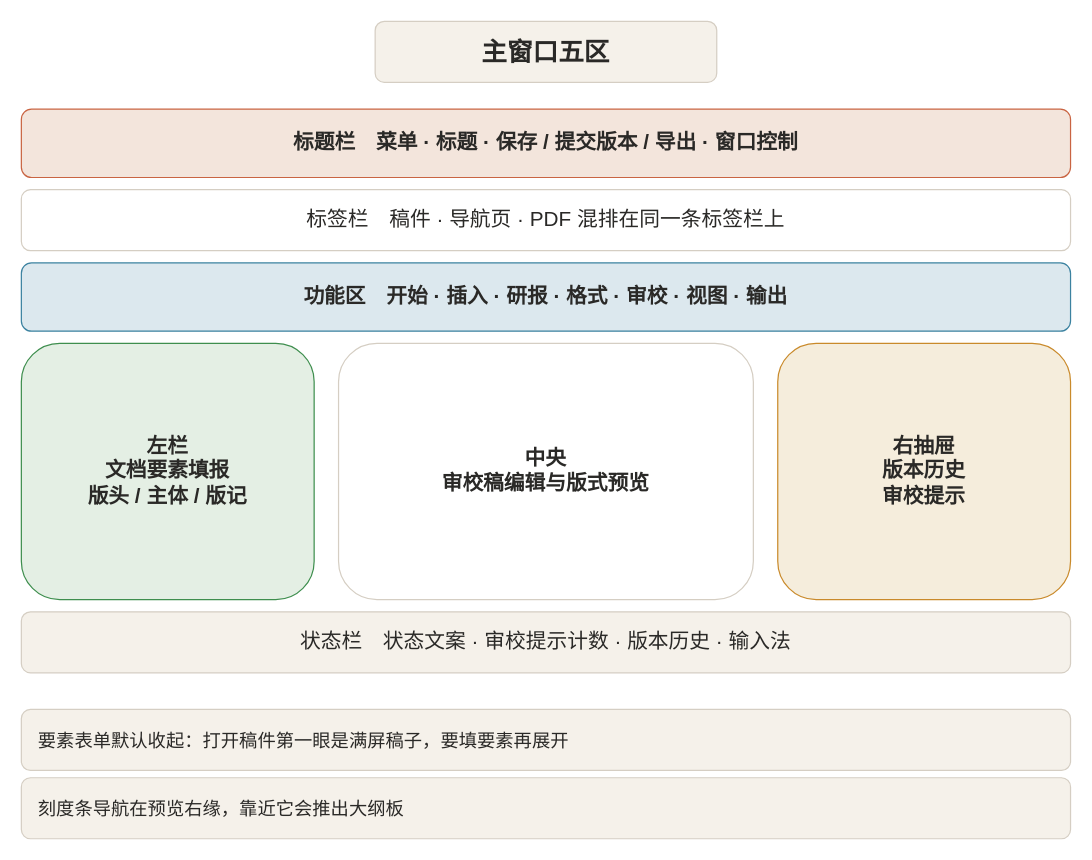
The draw.io diagram docs/help/diagrams/diag-layout.drawio in billowsand/gongwen, before the edit. Source tidied: cells renumbered, new cells numbered last; positions are measured from the earlier drawing's top-left corner, leaving out a move shared by most shapes. Both pictures are drawn from the tidied source at 122%, with x=0, y=0 at pixel (21, 21).
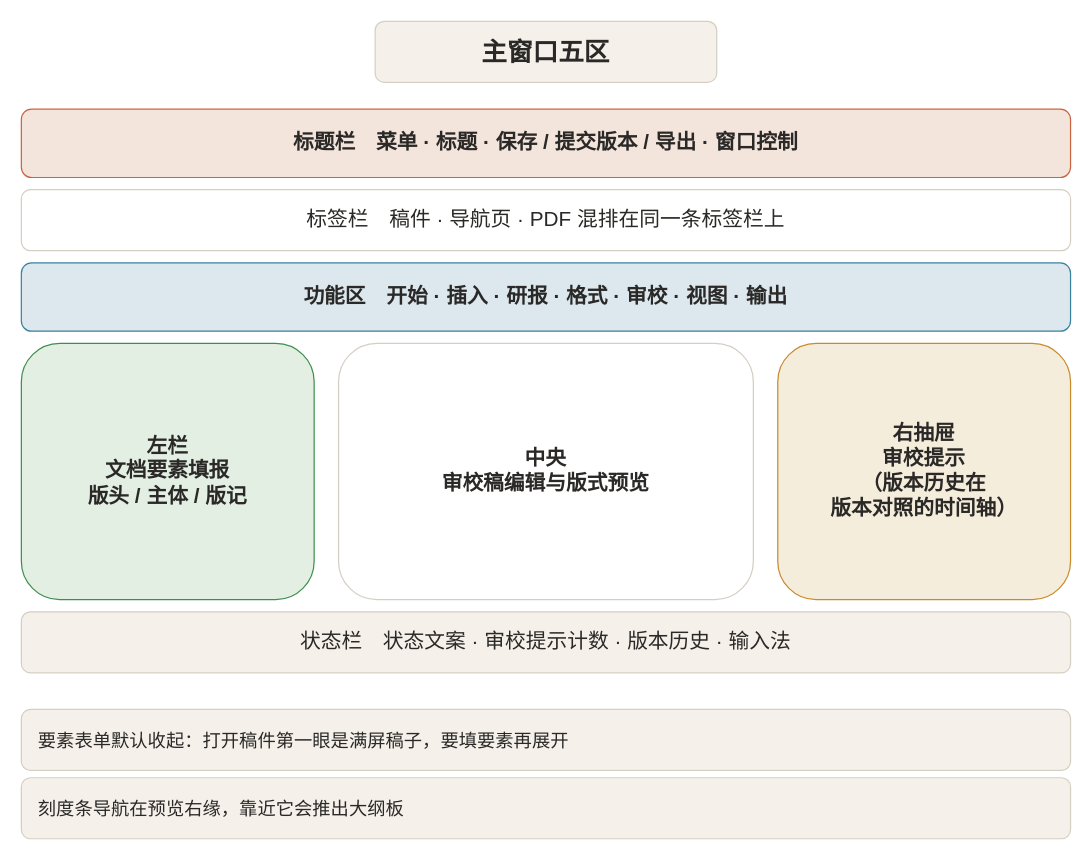
The same diagram, later.

Diff of the diagram source:
```diff
@@
 <mxGraphModel>
   <root>
     <mxCell id="0" />
     <mxCell id="1" parent="0" />
     <mxCell id="2" value="主窗口五区" style="rounded=1;whiteSpace=wrap;html=1;fillColor=#F5F1EA;strokeColor=#D5CEC3;fontColor=#2A2927;fontFamily=Aa顺風顺水顺财神;fontStyle=1;fontSize=21;" parent="1" vertex="1">
       <mxGeometry x="290" width="280" height="50" as="geometry" />
     </mxCell>
     <mxCell id="3" value="标题栏　菜单 · 标题 · 保存 / 提交版本 / 导出 · 窗口控制" style="rounded=1;whiteSpace=wrap;html=1;fillColor=#F3E5DC;strokeColor=#C96442;fontColor=#2A2927;fontFamily=Aa顺風顺水顺财神;fontStyle=1;fontSize=17;" parent="1" vertex="1">
       <mxGeometry y="72" width="860" height="56" as="geometry" />
     </mxCell>
     <mxCell id="4" value="标签栏　稿件 · 导航页 · PDF 混排在同一条标签栏上" style="rounded=1;whiteSpace=wrap;html=1;fillColor=#FFFFFF;strokeColor=#D5CEC3;fontColor=#2A2927;fontFamily=Aa顺風顺水顺财神;fontSize=17;" parent="1" vertex="1">
       <mxGeometry y="138" width="860" height="50" as="geometry" />
     </mxCell>
     <mxCell id="5" value="功能区　开始 · 插入 · 研报 · 格式 · 审校 · 视图 · 输出" style="rounded=1;whiteSpace=wrap;html=1;fillColor=#DCE8EE;strokeColor=#3B82A0;fontColor=#2A2927;fontFamily=Aa顺風顺水顺财神;fontStyle=1;fontSize=17;" parent="1" vertex="1">
       <mxGeometry y="198" width="860" height="56" as="geometry" />
     </mxCell>
     <mxCell id="6" value="左栏&lt;br&gt;文档要素填报&lt;br&gt;版头 / 主体 / 版记" style="rounded=1;whiteSpace=wrap;html=1;fillColor=#E4EFE4;strokeColor=#3E8E4E;fontColor=#2A2927;fontFamily=Aa顺風顺水顺财神;fontStyle=1;fontSize=17;" parent="1" vertex="1">
       <mxGeometry y="264" width="240" height="210" as="geometry" />
     </mxCell>
     <mxCell id="7" value="中央&lt;br&gt;审校稿编辑与版式预览" style="rounded=1;whiteSpace=wrap;html=1;fillColor=#FFFFFF;strokeColor=#D5CEC3;fontColor=#2A2927;fontFamily=Aa顺風顺水顺财神;fontStyle=1;fontSize=17;" parent="1" vertex="1">
       <mxGeometry x="260" y="264" width="340" height="210" as="geometry" />
     </mxCell>
-    <mxCell id="8" value="右抽屉&lt;br&gt;版本历史&lt;br&gt;审校提示" style="rounded=1;whiteSpace=wrap;html=1;fillColor=#F5EDDC;strokeColor=#C98A2B;fontColor=#2A2927;fontFamily=Aa顺風顺水顺财神;fontStyle=1;fontSize=17;" parent="1" vertex="1">
+    <mxCell id="8" value="右抽屉&lt;br&gt;审校提示&lt;br&gt;（版本历史在&lt;br&gt;版本对照的时间轴）" style="rounded=1;whiteSpace=wrap;html=1;fillColor=#F5EDDC;strokeColor=#C98A2B;fontColor=#2A2927;fontFamily=Aa顺風顺水顺财神;fontStyle=1;fontSize=17;" parent="1" vertex="1">
       <mxGeometry x="620" y="264" width="240" height="210" as="geometry" />
     </mxCell>
     <mxCell id="9" value="状态栏　状态文案 · 审校提示计数 · 版本历史 · 输入法" style="rounded=1;whiteSpace=wrap;html=1;fillColor=#F5F1EA;strokeColor=#D5CEC3;fontColor=#2A2927;fontFamily=Aa顺風顺水顺财神;fontSize=17;" parent="1" vertex="1">
       <mxGeometry y="484" width="860" height="50" as="geometry" />
     </mxCell>
     <mxCell id="10" value="要素表单默认收起：打开稿件第一眼是满屏稿子，要填要素再展开" style="rounded=1;whiteSpace=wrap;html=1;fillColor=#F5F1EA;strokeColor=#D5CEC3;fontColor=#2A2927;fontFamily=Aa顺風顺水顺财神;fontSize=15;align=left;spacingLeft=12;spacingRight=10;" parent="1" vertex="1">
       <mxGeometry y="564" width="860" height="50" as="geometry" />
     </mxCell>
     <mxCell id="11" value="刻度条导航在预览右缘，靠近它会推出大纲板" style="rounded=1;whiteSpace=wrap;html=1;fillColor=#F5F1EA;strokeColor=#D5CEC3;fontColor=#2A2927;fontFamily=Aa顺風顺水顺财神;fontSize=15;align=left;spacingLeft=12;spacingRight=10;" parent="1" vertex="1">
       <mxGeometry y="620" width="860" height="50" as="geometry" />
     </mxCell>
   </root>
 </mxGraphModel>
```
